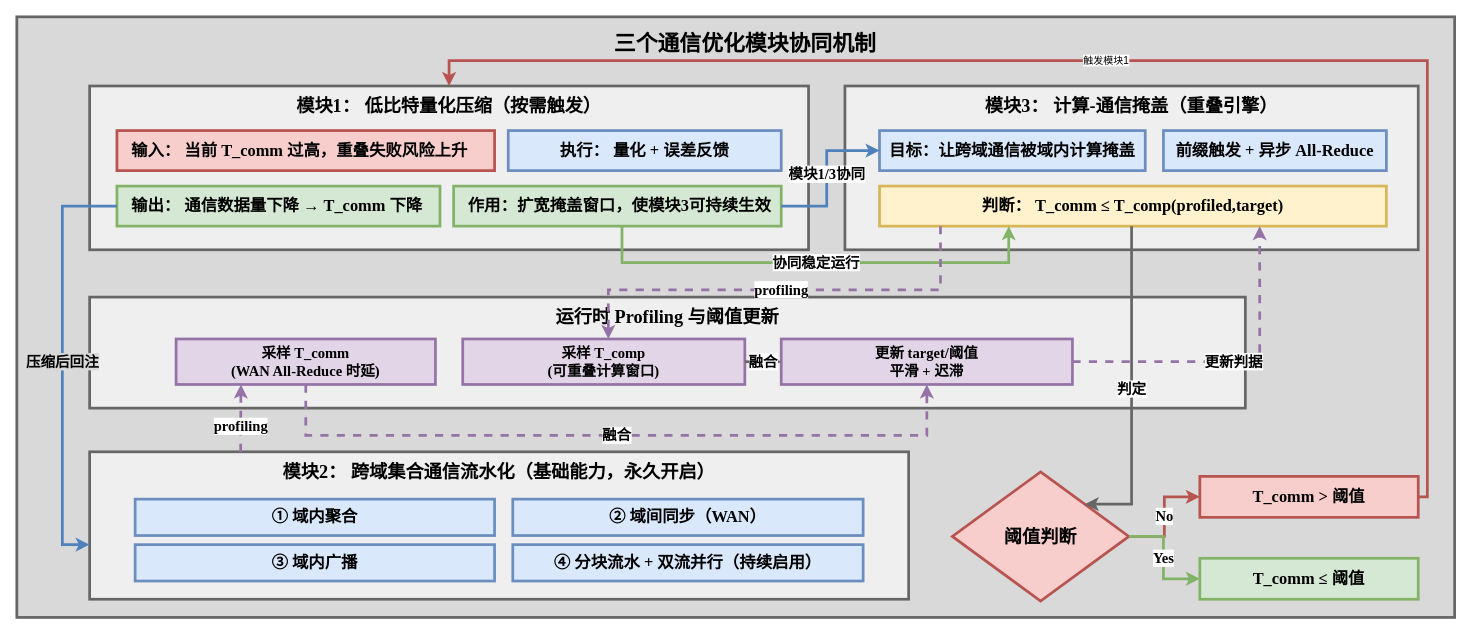
Before: image/three-module-communication-optimization-mechanism.drawio in Aerithy/master-thesis, a draw.io diagram. Source tidied: cells renumbered, new cells numbered last; positions are measured from the earlier drawing's top-left corner, leaving out a move shared by most shapes. Both pictures are drawn from the tidied source at 91%, with x=0, y=0 at pixel (16, 16).
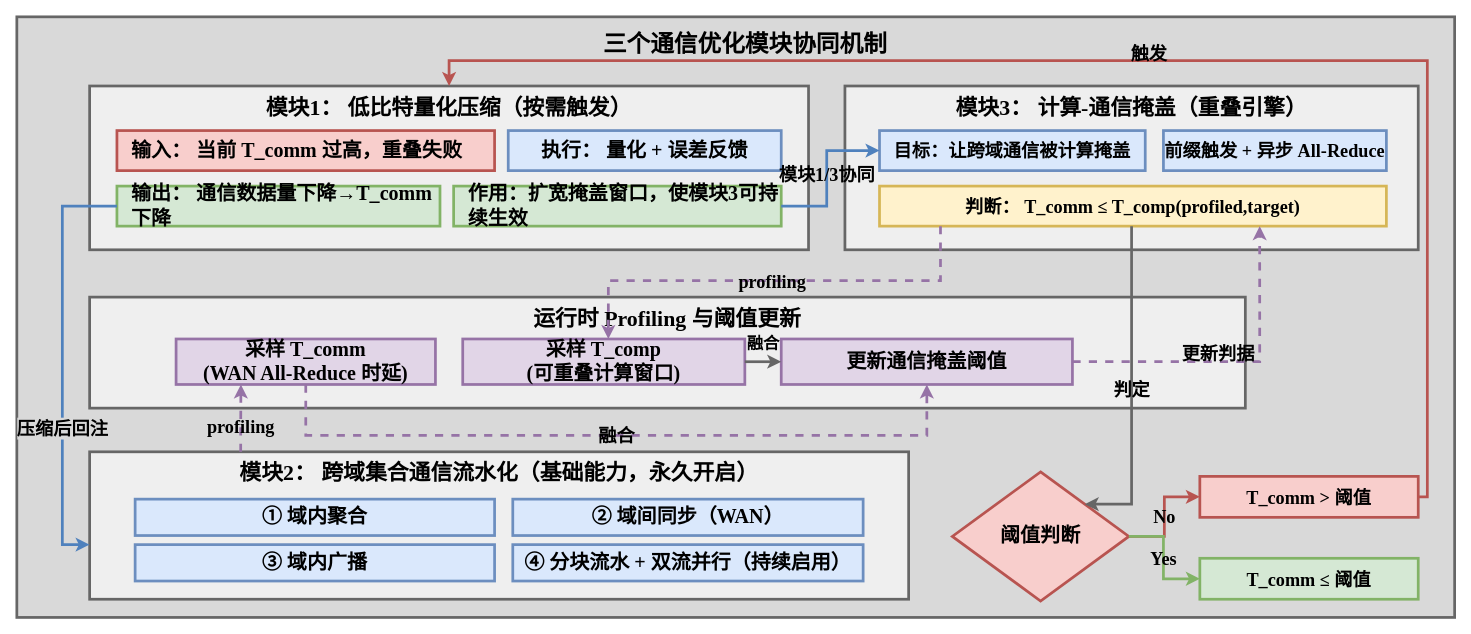
The same diagram, later.

Diff of the diagram source:
```diff
@@
-    <mxCell id="3" value="&lt;b&gt;三个通信优化模块协同机制&lt;/b&gt;" style="text;html=1;strokeColor=none;fillColor=none;align=center;verticalAlign=middle;fontSize=24;fontStyle=1;fontFamily=Times New Roman;" parent="1" vertex="1">
+    <mxCell id="3" value="&lt;b&gt;三个通信优化模块协同机制&lt;/b&gt;" style="text;html=1;strokeColor=none;fillColor=none;align=center;verticalAlign=middle;fontSize=26;fontStyle=1;fontFamily=Times New Roman;" parent="1" vertex="1">
       <mxGeometry x="540" y="10" width="520" height="40" as="geometry" />
     </mxCell>
-    <mxCell id="4" value="&lt;b&gt;模块1： 低比特量化压缩（按需触发）&lt;/b&gt;" style="rounded=0;whiteSpace=wrap;html=1;fillColor=#efefef;strokeColor=#666666;strokeWidth=3;fontFamily=Times New Roman;fontSize=20;fontStyle=1;align=center;verticalAlign=top;spacingTop=5;spacing=0;" parent="1" vertex="1">
+    <mxCell id="4" value="&lt;b&gt;模块1： 低比特量化压缩（按需触发）&lt;/b&gt;" style="rounded=0;whiteSpace=wrap;html=1;fillColor=#efefef;strokeColor=#666666;strokeWidth=3;fontFamily=Times New Roman;fontSize=24;fontStyle=1;align=center;verticalAlign=top;spacingTop=5;spacing=0;" parent="1" vertex="1">
       <mxGeometry x="80" y="76" width="790" height="180" as="geometry" />
     </mxCell>
-    <mxCell id="5" value="&lt;b&gt;输入： 当前 T_comm 过高，重叠失败风险上升&lt;/b&gt;" style="rounded=0;whiteSpace=wrap;html=1;fillColor=#f8cecc;strokeColor=#b85450;strokeWidth=3;fontFamily=Times New Roman;fontSize=18;fontStyle=1;align=left;spacingLeft=14;" parent="1" vertex="1">
+    <mxCell id="5" value="&lt;b&gt;输入： 当前 T_comm 过高，重叠失败&lt;/b&gt;" style="rounded=0;whiteSpace=wrap;html=1;fillColor=#f8cecc;strokeColor=#b85450;strokeWidth=3;fontFamily=Times New Roman;fontSize=22;fontStyle=1;align=left;spacingLeft=14;" parent="1" vertex="1">
       <mxGeometry x="110" y="125" width="415" height="44" as="geometry" />
     </mxCell>
-    <mxCell id="6" value="&lt;b&gt;执行： 量化 + 误差反馈&lt;/b&gt;" style="rounded=0;whiteSpace=wrap;html=1;fillColor=#dae8fc;strokeColor=#6c8ebf;strokeWidth=3;fontFamily=Times New Roman;fontSize=18;fontStyle=1;align=center;" parent="1" vertex="1">
+    <mxCell id="6" value="&lt;b&gt;执行： 量化 + 误差反馈&lt;/b&gt;" style="rounded=0;whiteSpace=wrap;html=1;fillColor=#dae8fc;strokeColor=#6c8ebf;strokeWidth=3;fontFamily=Times New Roman;fontSize=22;fontStyle=1;align=center;" parent="1" vertex="1">
       <mxGeometry x="540" y="125" width="300" height="44" as="geometry" />
     </mxCell>
-    <mxCell id="7" value="&lt;b&gt;输出： 通信数据量下降 → T_comm 下降&lt;/b&gt;" style="rounded=0;whiteSpace=wrap;html=1;fillColor=#d5e8d4;strokeColor=#82b366;strokeWidth=3;fontFamily=Times New Roman;fontSize=18;fontStyle=1;align=left;spacingLeft=14;" parent="1" vertex="1">
+    <mxCell id="7" value="&lt;b&gt;输出： 通信数据量下降→T_comm下降&lt;/b&gt;" style="rounded=0;whiteSpace=wrap;html=1;fillColor=#d5e8d4;strokeColor=#82b366;strokeWidth=3;fontFamily=Times New Roman;fontSize=22;fontStyle=1;align=left;spacingLeft=14;" parent="1" vertex="1">
       <mxGeometry x="110" y="186" width="355" height="44" as="geometry" />
     </mxCell>
-    <mxCell id="8" value="&lt;b&gt;作用：扩宽掩盖窗口，使模块3可持续生效&lt;/b&gt;" style="rounded=0;whiteSpace=wrap;html=1;fillColor=#d5e8d4;strokeColor=#82b366;strokeWidth=3;fontFamily=Times New Roman;fontSize=18;fontStyle=1;align=left;spacingLeft=14;" parent="1" vertex="1">
+    <mxCell id="8" value="&lt;b&gt;作用：扩宽掩盖窗口，使模块3可持续生效&lt;/b&gt;" style="rounded=0;whiteSpace=wrap;html=1;fillColor=#d5e8d4;strokeColor=#82b366;strokeWidth=3;fontFamily=Times New Roman;fontSize=22;fontStyle=1;align=left;spacingLeft=14;" parent="1" vertex="1">
       <mxGeometry x="480" y="186" width="360" height="44" as="geometry" />
     </mxCell>
-    <mxCell id="9" value="&lt;b&gt;模块3： 计算-通信掩盖（重叠引擎）&lt;/b&gt;" style="rounded=0;whiteSpace=wrap;html=1;fillColor=#efefef;strokeColor=#666666;strokeWidth=3;fontFamily=Times New Roman;fontSize=20;fontStyle=1;align=center;verticalAlign=top;spacingTop=5;spacing=0;" parent="1" vertex="1">
+    <mxCell id="9" value="&lt;b&gt;模块3： 计算-通信掩盖（重叠引擎）&lt;/b&gt;" style="rounded=0;whiteSpace=wrap;html=1;fillColor=#efefef;strokeColor=#666666;strokeWidth=3;fontFamily=Times New Roman;fontSize=24;fontStyle=1;align=center;verticalAlign=top;spacingTop=5;spacing=0;" parent="1" vertex="1">
       <mxGeometry x="910" y="76" width="630" height="180" as="geometry" />
     </mxCell>
-    <mxCell id="10" value="&lt;b&gt;目标：让跨域通信被域内计算掩盖&lt;/b&gt;" style="rounded=0;whiteSpace=wrap;html=1;fillColor=#dae8fc;strokeColor=#6c8ebf;strokeWidth=3;fontFamily=Times New Roman;fontSize=18;fontStyle=1;align=center;spacingLeft=0;" parent="1" vertex="1">
+    <mxCell id="10" value="&lt;b&gt;目标：让跨域通信被计算掩盖&lt;/b&gt;" style="rounded=0;whiteSpace=wrap;html=1;fillColor=#dae8fc;strokeColor=#6c8ebf;strokeWidth=3;fontFamily=Times New Roman;fontSize=20;fontStyle=1;align=center;spacingLeft=0;" parent="1" vertex="1">
       <mxGeometry x="948" y="125" width="292" height="44" as="geometry" />
     </mxCell>
-    <mxCell id="11" value="&lt;b&gt;前缀触发 + 异步 All-Reduce&lt;/b&gt;" style="rounded=0;whiteSpace=wrap;html=1;fillColor=#dae8fc;strokeColor=#6c8ebf;strokeWidth=3;fontFamily=Times New Roman;fontSize=18;fontStyle=1;align=center;" parent="1" vertex="1">
+    <mxCell id="11" value="&lt;b&gt;前缀触发 + 异步 All-Reduce&lt;/b&gt;" style="rounded=0;whiteSpace=wrap;html=1;fillColor=#dae8fc;strokeColor=#6c8ebf;strokeWidth=3;fontFamily=Times New Roman;fontSize=20;fontStyle=1;align=center;" parent="1" vertex="1">
       <mxGeometry x="1260" y="125" width="245" height="44" as="geometry" />
     </mxCell>
-    <mxCell id="12" value="&lt;b&gt;判断： T_comm ≤ T_comp(profiled,target)&lt;/b&gt;" style="rounded=0;whiteSpace=wrap;html=1;fillColor=#fff2cc;strokeColor=#d6b656;strokeWidth=3;fontFamily=Times New Roman;fontSize=18;fontStyle=1;align=center;" parent="1" vertex="1">
+    <mxCell id="12" value="&lt;b&gt;判断： T_comm ≤ T_comp(profiled,target)&lt;/b&gt;" style="rounded=0;whiteSpace=wrap;html=1;fillColor=#fff2cc;strokeColor=#d6b656;strokeWidth=3;fontFamily=Times New Roman;fontSize=20;fontStyle=1;align=center;" parent="1" vertex="1">
       <mxGeometry x="948" y="186" width="557" height="44" as="geometry" />
     </mxCell>
-    <mxCell id="13" value="&lt;b&gt;运行时 Profiling 与阈值更新&lt;/b&gt;" style="rounded=0;whiteSpace=wrap;html=1;fillColor=#efefef;strokeColor=#666666;strokeWidth=3;fontFamily=Times New Roman;fontSize=20;fontStyle=1;align=center;verticalAlign=top;spacingTop=5;spacing=0;" parent="1" vertex="1">
+    <mxCell id="13" value="&lt;b&gt;运行时 Profiling 与阈值更新&lt;/b&gt;" style="rounded=0;whiteSpace=wrap;html=1;fillColor=#efefef;strokeColor=#666666;strokeWidth=3;fontFamily=Times New Roman;fontSize=24;fontStyle=1;align=center;verticalAlign=top;spacingTop=5;spacing=0;" parent="1" vertex="1">
       <mxGeometry x="80" y="308" width="1270" height="122" as="geometry" />
     </mxCell>
-    <mxCell id="14" value="&lt;b&gt;采样 T_comm&lt;br&gt;(WAN All-Reduce 时延)&lt;/b&gt;" style="rounded=0;whiteSpace=wrap;html=1;fillColor=#e1d5e7;strokeColor=#9673a6;strokeWidth=3;fontFamily=Times New Roman;fontSize=16;fontStyle=1;align=center;" parent="1" vertex="1">
+    <mxCell id="14" value="&lt;b&gt;采样 T_comm&lt;br&gt;(WAN All-Reduce 时延)&lt;/b&gt;" style="rounded=0;whiteSpace=wrap;html=1;fillColor=#e1d5e7;strokeColor=#9673a6;strokeWidth=3;fontFamily=Times New Roman;fontSize=22;fontStyle=1;align=center;" parent="1" vertex="1">
       <mxGeometry x="175" y="354" width="285" height="50" as="geometry" />
     </mxCell>
-    <mxCell id="15" value="&lt;b&gt;采样 T_comp&lt;br&gt;(可重叠计算窗口)&lt;/b&gt;" style="rounded=0;whiteSpace=wrap;html=1;fillColor=#e1d5e7;strokeColor=#9673a6;strokeWidth=3;fontFamily=Times New Roman;fontSize=16;fontStyle=1;align=center;" parent="1" vertex="1">
+    <mxCell id="15" value="&lt;b&gt;采样 T_comp&lt;br&gt;(可重叠计算窗口)&lt;/b&gt;" style="rounded=0;whiteSpace=wrap;html=1;fillColor=#e1d5e7;strokeColor=#9673a6;strokeWidth=3;fontFamily=Times New Roman;fontSize=22;fontStyle=1;align=center;" parent="1" vertex="1">
       <mxGeometry x="490" y="354" width="310" height="50" as="geometry" />
     </mxCell>
-    <mxCell id="16" value="&lt;b&gt;更新 target/阈值&lt;br&gt;平滑 + 迟滞&lt;/b&gt;" style="rounded=0;whiteSpace=wrap;html=1;fillColor=#e1d5e7;strokeColor=#9673a6;strokeWidth=3;fontFamily=Times New Roman;fontSize=16;fontStyle=1;align=center;" parent="1" vertex="1">
+    <mxCell id="16" value="&lt;b&gt;更新通信掩盖阈值&lt;/b&gt;" style="rounded=0;whiteSpace=wrap;html=1;fillColor=#e1d5e7;strokeColor=#9673a6;strokeWidth=3;fontFamily=Times New Roman;fontSize=22;fontStyle=1;align=center;" parent="1" vertex="1">
       <mxGeometry x="840" y="354" width="320" height="50" as="geometry" />
     </mxCell>
-    <mxCell id="17" value="&lt;b&gt;模块2： 跨域集合通信流水化（基础能力，永久开启）&lt;/b&gt;" style="rounded=0;whiteSpace=wrap;html=1;fillColor=#efefef;strokeColor=#666666;strokeWidth=3;fontFamily=Times New Roman;fontSize=20;fontStyle=1;align=center;verticalAlign=top;spacingTop=5;spacing=0;" parent="1" vertex="1">
+    <mxCell id="17" value="&lt;b&gt;模块2： 跨域集合通信流水化（基础能力，永久开启）&lt;/b&gt;" style="rounded=0;whiteSpace=wrap;html=1;fillColor=#efefef;strokeColor=#666666;strokeWidth=3;fontFamily=Times New Roman;fontSize=24;fontStyle=1;align=center;verticalAlign=top;spacingTop=5;spacing=0;" parent="1" vertex="1">
       <mxGeometry x="80" y="478" width="900" height="162" as="geometry" />
     </mxCell>
-    <mxCell id="18" value="&lt;b&gt;① 域内聚合&lt;/b&gt;" style="rounded=0;whiteSpace=wrap;html=1;fillColor=#dae8fc;strokeColor=#6c8ebf;strokeWidth=3;fontFamily=Times New Roman;fontSize=18;fontStyle=1;align=center;" parent="1" vertex="1">
+    <mxCell id="18" value="&lt;b&gt;① 域内聚合&lt;/b&gt;" style="rounded=0;whiteSpace=wrap;html=1;fillColor=#dae8fc;strokeColor=#6c8ebf;strokeWidth=3;fontFamily=Times New Roman;fontSize=22;fontStyle=1;align=center;" parent="1" vertex="1">
       <mxGeometry x="130" y="530" width="395" height="40" as="geometry" />
     </mxCell>
-    <mxCell id="19" value="&lt;b&gt;② 域间同步（WAN）&lt;/b&gt;" style="rounded=0;whiteSpace=wrap;html=1;fillColor=#dae8fc;strokeColor=#6c8ebf;strokeWidth=3;fontFamily=Times New Roman;fontSize=18;fontStyle=1;align=center;" parent="1" vertex="1">
+    <mxCell id="19" value="&lt;b&gt;② 域间同步（WAN）&lt;/b&gt;" style="rounded=0;whiteSpace=wrap;html=1;fillColor=#dae8fc;strokeColor=#6c8ebf;strokeWidth=3;fontFamily=Times New Roman;fontSize=22;fontStyle=1;align=center;" parent="1" vertex="1">
       <mxGeometry x="545" y="530" width="385" height="40" as="geometry" />
     </mxCell>
-    <mxCell id="20" value="&lt;b&gt;③ 域内广播&lt;/b&gt;" style="rounded=0;whiteSpace=wrap;html=1;fillColor=#dae8fc;strokeColor=#6c8ebf;strokeWidth=3;fontFamily=Times New Roman;fontSize=18;fontStyle=1;align=center;" parent="1" vertex="1">
+    <mxCell id="20" value="&lt;b&gt;③ 域内广播&lt;/b&gt;" style="rounded=0;whiteSpace=wrap;html=1;fillColor=#dae8fc;strokeColor=#6c8ebf;strokeWidth=3;fontFamily=Times New Roman;fontSize=22;fontStyle=1;align=center;" parent="1" vertex="1">
       <mxGeometry x="130" y="580" width="395" height="40" as="geometry" />
     </mxCell>
-    <mxCell id="21" value="&lt;b&gt;④ 分块流水 + 双流并行（持续启用）&lt;/b&gt;" style="rounded=0;whiteSpace=wrap;html=1;fillColor=#dae8fc;strokeColor=#6c8ebf;strokeWidth=3;fontFamily=Times New Roman;fontSize=18;fontStyle=1;align=center;" parent="1" vertex="1">
+    <mxCell id="21" value="&lt;b&gt;④ 分块流水 + 双流并行（持续启用）&lt;/b&gt;" style="rounded=0;whiteSpace=wrap;html=1;fillColor=#dae8fc;strokeColor=#6c8ebf;strokeWidth=3;fontFamily=Times New Roman;fontSize=22;fontStyle=1;align=center;" parent="1" vertex="1">
       <mxGeometry x="545" y="580" width="385" height="40" as="geometry" />
     </mxCell>
-    <mxCell id="22" value="&lt;b&gt;阈值判断&lt;/b&gt;" style="rhombus;whiteSpace=wrap;html=1;fillColor=#f8cecc;strokeColor=#b85450;strokeWidth=3;fontFamily=Times New Roman;fontSize=20;fontStyle=1;" parent="1" vertex="1">
+    <mxCell id="22" value="&lt;b&gt;阈值判断&lt;/b&gt;" style="rhombus;whiteSpace=wrap;html=1;fillColor=#f8cecc;strokeColor=#b85450;strokeWidth=3;fontFamily=Times New Roman;fontSize=22;fontStyle=1;" parent="1" vertex="1">
       <mxGeometry x="1028" y="500" width="194" height="142" as="geometry" />
     </mxCell>
-    <mxCell id="23" value="&lt;b&gt;T_comm &amp;gt; 阈值&lt;/b&gt;" style="rounded=0;whiteSpace=wrap;html=1;fillColor=#f8cecc;strokeColor=#b85450;strokeWidth=3;fontFamily=Times New Roman;fontSize=18;fontStyle=1;align=center;" parent="1" vertex="1">
+    <mxCell id="23" value="&lt;b&gt;T_comm &amp;gt; 阈值&lt;/b&gt;" style="rounded=0;whiteSpace=wrap;html=1;fillColor=#f8cecc;strokeColor=#b85450;strokeWidth=3;fontFamily=Times New Roman;fontSize=20;fontStyle=1;align=center;" parent="1" vertex="1">
       <mxGeometry x="1300" y="505" width="240" height="45" as="geometry" />
     </mxCell>
-    <mxCell id="24" value="&lt;b&gt;T_comm ≤ 阈值&lt;/b&gt;" style="rounded=0;whiteSpace=wrap;html=1;fillColor=#d5e8d4;strokeColor=#82b366;strokeWidth=3;fontFamily=Times New Roman;fontSize=18;fontStyle=1;align=center;" parent="1" vertex="1">
+    <mxCell id="24" value="&lt;b&gt;T_comm ≤ 阈值&lt;/b&gt;" style="rounded=0;whiteSpace=wrap;html=1;fillColor=#d5e8d4;strokeColor=#82b366;strokeWidth=3;fontFamily=Times New Roman;fontSize=20;fontStyle=1;align=center;" parent="1" vertex="1">
       <mxGeometry x="1300" y="595" width="240" height="45" as="geometry" />
     </mxCell>
-    <mxCell id="25" style="edgeStyle=orthogonalEdgeStyle;rounded=0;jettySize=auto;html=1;strokeColor=#b85450;strokeWidth=3;endArrow=classic;fontFamily=Times New Roman;exitX=1;exitY=0.5;exitDx=0;exitDy=0;" parent="1" edge="1" source="23" target="4">
-      <mxGeometry relative="1" as="geometry">
+    <mxCell id="25" value="触发" style="edgeStyle=orthogonalEdgeStyle;rounded=0;jettySize=auto;html=1;strokeColor=#b85450;strokeWidth=3;endArrow=classic;fontFamily=Times New Roman;exitX=1;exitY=0.5;exitDx=0;exitDy=0;fontSize=20;labelBackgroundColor=none;fontStyle=1;" parent="1" edge="1" source="23" target="4">
+      <mxGeometry y="-8" relative="1" as="geometry">
         <Array as="points">
           <mxPoint x="1550" y="528" />
           <mxPoint x="1550" y="48" />
           <mxPoint x="475" y="48" />
         </Array>
       </mxGeometry>
     </mxCell>
-    <mxCell id="26" value="触发模块1" style="edgeLabel;html=1;align=center;verticalAlign=middle;" parent="25" vertex="1">
-      <mxGeometry x="0.06" y="-1" relative="1" as="geometry">
-        <mxPoint x="1" as="offset" />
-      </mxGeometry>
-    </mxCell>
-    <mxCell id="27" value="模块1/3协同" style="edgeStyle=orthogonalEdgeStyle;rounded=0;jettySize=auto;html=1;strokeColor=#4f81bd;strokeWidth=3;endArrow=classic;fontFamily=Times New Roman;fontSize=16;fontStyle=1;" parent="1" edge="1" source="8" target="10">
+    <mxCell id="27" value="模块1/3协同" style="edgeStyle=orthogonalEdgeStyle;rounded=0;jettySize=auto;html=1;strokeColor=#4f81bd;strokeWidth=3;endArrow=classic;fontFamily=Times New Roman;fontSize=20;fontStyle=1;labelBackgroundColor=none;" parent="1" edge="1" source="8" target="10">
       <mxGeometry relative="1" as="geometry">
         <Array as="points">
           <mxPoint x="890" y="208" />
           <mxPoint x="890" y="147" />
         </Array>
       </mxGeometry>
     </mxCell>
-    <mxCell id="28" value="协同稳定运行" style="edgeStyle=orthogonalEdgeStyle;rounded=0;jettySize=auto;html=1;strokeColor=#82b366;strokeWidth=3;endArrow=classic;fontFamily=Times New Roman;fontSize=16;fontStyle=1;" parent="1" edge="1" source="8" target="12">
-      <mxGeometry relative="1" as="geometry">
-        <Array as="points">
-          <mxPoint x="665" y="270" />
-          <mxPoint x="1090" y="270" />
-        </Array>
-      </mxGeometry>
-    </mxCell>
-    <mxCell id="29" value="profiling" style="edgeStyle=orthogonalEdgeStyle;rounded=0;jettySize=auto;html=1;strokeColor=#9673a6;strokeWidth=3;dashed=1;endArrow=classic;fontFamily=Times New Roman;fontSize=16;fontStyle=1;" parent="1" edge="1" source="12" target="15">
+    <mxCell id="29" value="profiling" style="edgeStyle=orthogonalEdgeStyle;rounded=0;jettySize=auto;html=1;strokeColor=#9673a6;strokeWidth=3;dashed=1;endArrow=classic;fontFamily=Times New Roman;fontSize=20;fontStyle=1;labelBackgroundColor=none;" parent="1" edge="1" source="12" target="15">
       <mxGeometry relative="1" as="geometry">
         <Array as="points">
-          <mxPoint x="1015" y="300" />
-          <mxPoint x="650" y="300" />
+          <mxPoint x="1015" y="290" />
+          <mxPoint x="650" y="290" />
         </Array>
       </mxGeometry>
     </mxCell>
-    <mxCell id="30" value="融合" style="edgeStyle=orthogonalEdgeStyle;rounded=0;jettySize=auto;html=1;strokeColor=#666666;strokeWidth=3;endArrow=classic;fontFamily=Times New Roman;fontSize=16;fontStyle=1;" parent="1" edge="1" source="15" target="16">
-      <mxGeometry relative="1" as="geometry" />
+    <mxCell id="30" value="融合" style="edgeStyle=orthogonalEdgeStyle;rounded=0;jettySize=auto;html=1;strokeColor=#666666;strokeWidth=3;endArrow=classic;fontFamily=Times New Roman;fontSize=18;fontStyle=1;labelBackgroundColor=none;" parent="1" edge="1" source="15" target="16">
+      <mxGeometry y="19" relative="1" as="geometry" />
     </mxCell>
-    <mxCell id="31" value="判定" style="edgeStyle=orthogonalEdgeStyle;rounded=0;jettySize=auto;html=1;strokeColor=#666666;strokeWidth=3;endArrow=classic;fontFamily=Times New Roman;fontSize=16;fontStyle=1;entryX=1;entryY=0;entryDx=0;entryDy=0;" parent="1" edge="1" source="12" target="22">
+    <mxCell id="31" value="判定" style="edgeStyle=orthogonalEdgeStyle;rounded=0;jettySize=auto;html=1;strokeColor=#666666;strokeWidth=3;endArrow=classic;fontFamily=Times New Roman;fontSize=20;fontStyle=1;entryX=1;entryY=0;entryDx=0;entryDy=0;labelBackgroundColor=none;" parent="1" edge="1" source="12" target="22">
       <mxGeometry relative="1" as="geometry">
         <Array as="points">
           <mxPoint x="1225" y="536" />
         </Array>
       </mxGeometry>
     </mxCell>
-    <mxCell id="32" value="更新判据" style="edgeStyle=orthogonalEdgeStyle;rounded=0;jettySize=auto;html=1;strokeColor=#9673a6;strokeWidth=3;dashed=1;endArrow=classic;fontFamily=Times New Roman;fontSize=16;fontStyle=1;entryX=0.75;entryY=1;entryDx=0;entryDy=0;" parent="1" edge="1" source="16" target="12">
-      <mxGeometry relative="1" as="geometry">
+    <mxCell id="32" value="更新判据" style="edgeStyle=orthogonalEdgeStyle;rounded=0;jettySize=auto;html=1;strokeColor=#9673a6;strokeWidth=3;dashed=1;endArrow=classic;fontFamily=Times New Roman;fontSize=20;fontStyle=1;entryX=0.75;entryY=1;entryDx=0;entryDy=0;labelBackgroundColor=none;" parent="1" edge="1" source="16" target="12">
+      <mxGeometry x="-0.1" y="9" relative="1" as="geometry">
         <Array as="points">
           <mxPoint x="1366" y="379" />
         </Array>
       </mxGeometry>
     </mxCell>
-    <mxCell id="33" value="压缩后回注" style="edgeStyle=orthogonalEdgeStyle;rounded=0;jettySize=auto;html=1;strokeColor=#4f81bd;strokeWidth=3;endArrow=classic;fontFamily=Times New Roman;fontSize=16;fontStyle=1;labelBackgroundColor=#d9d9d9;" parent="1" edge="1" source="7" target="17">
-      <mxGeometry relative="1" as="geometry">
+    <mxCell id="33" value="压缩后回注" style="edgeStyle=orthogonalEdgeStyle;rounded=0;jettySize=auto;html=1;strokeColor=#4f81bd;strokeWidth=3;endArrow=classic;fontFamily=Times New Roman;fontSize=20;fontStyle=1;labelBackgroundColor=#d9d9d9;" parent="1" edge="1" source="7" target="17">
+      <mxGeometry x="0.31" relative="1" as="geometry">
         <Array as="points">
           <mxPoint x="50" y="208" />
           <mxPoint x="50" y="580" />
           <mxPoint x="110" y="580" />
         </Array>
+        <mxPoint y="1" as="offset" />
       </mxGeometry>
     </mxCell>
-    <mxCell id="34" value="No" style="edgeStyle=orthogonalEdgeStyle;rounded=0;jettySize=auto;html=1;strokeColor=#b85450;strokeWidth=3;endArrow=classic;fontFamily=Times New Roman;fontSize=16;fontStyle=1;" parent="1" edge="1" source="22" target="23">
+    <mxCell id="34" value="No" style="edgeStyle=orthogonalEdgeStyle;rounded=0;jettySize=auto;html=1;strokeColor=#b85450;strokeWidth=3;endArrow=classic;fontFamily=Times New Roman;fontSize=20;fontStyle=1;labelBackgroundColor=none;" parent="1" edge="1" source="22" target="23">
       <mxGeometry relative="1" as="geometry" />
     </mxCell>
-    <mxCell id="35" value="Yes" style="edgeStyle=orthogonalEdgeStyle;rounded=0;jettySize=auto;html=1;strokeColor=#82b366;strokeWidth=3;endArrow=classic;fontFamily=Times New Roman;fontSize=16;fontStyle=1;entryX=0;entryY=0.5;entryDx=0;entryDy=0;exitX=1;exitY=0.5;exitDx=0;exitDy=0;" parent="1" edge="1" source="22" target="24">
+    <mxCell id="35" value="Yes" style="edgeStyle=orthogonalEdgeStyle;rounded=0;jettySize=auto;html=1;strokeColor=#82b366;strokeWidth=3;endArrow=classic;fontFamily=Times New Roman;fontSize=20;fontStyle=1;entryX=0;entryY=0.5;entryDx=0;entryDy=0;exitX=1;exitY=0.5;exitDx=0;exitDy=0;labelBackgroundColor=none;" parent="1" edge="1" source="22" target="24">
       <mxGeometry relative="1" as="geometry">
         <Array as="points">
           <mxPoint x="1260" y="571" />
           <mxPoint x="1260" y="618" />
         </Array>
       </mxGeometry>
     </mxCell>
-    <mxCell id="36" value="profiling" style="edgeStyle=orthogonalEdgeStyle;rounded=0;jettySize=auto;html=1;strokeColor=#9673a6;strokeWidth=3;dashed=1;endArrow=classic;fontFamily=Times New Roman;fontSize=16;fontStyle=1;entryX=0.25;entryY=1;entryDx=0;entryDy=0;fillColor=#e1d5e7;" parent="1" edge="1" source="17" target="14">
+    <mxCell id="36" value="profiling" style="edgeStyle=orthogonalEdgeStyle;rounded=0;jettySize=auto;html=1;strokeColor=#9673a6;strokeWidth=3;dashed=1;endArrow=classic;fontFamily=Times New Roman;fontSize=20;fontStyle=1;entryX=0.25;entryY=1;entryDx=0;entryDy=0;fillColor=#e1d5e7;labelBackgroundColor=none;" parent="1" edge="1" source="17" target="14">
       <mxGeometry x="-0.24" relative="1" as="geometry">
         <Array as="points">
           <mxPoint x="246" y="450" />
           <mxPoint x="246" y="450" />
         </Array>
       </mxGeometry>
     </mxCell>
-    <mxCell id="37" value="融合" style="edgeStyle=orthogonalEdgeStyle;rounded=0;jettySize=auto;html=1;strokeColor=#9673a6;strokeWidth=3;dashed=1;endArrow=classic;fontFamily=Times New Roman;fontSize=16;fontStyle=1;exitX=0.5;exitY=1;exitDx=0;exitDy=0;" parent="1" edge="1" source="14" target="16">
+    <mxCell id="37" value="融合" style="edgeStyle=orthogonalEdgeStyle;rounded=0;jettySize=auto;html=1;strokeColor=#9673a6;strokeWidth=3;dashed=1;endArrow=classic;fontFamily=Times New Roman;fontSize=20;fontStyle=1;exitX=0.5;exitY=1;exitDx=0;exitDy=0;labelBackgroundColor=none;" parent="1" edge="1" source="14" target="16">
       <mxGeometry relative="1" as="geometry">
         <Array as="points">
           <mxPoint x="318" y="460" />
           <mxPoint x="1000" y="460" />
         </Array>
       </mxGeometry>
     </mxCell>
```
